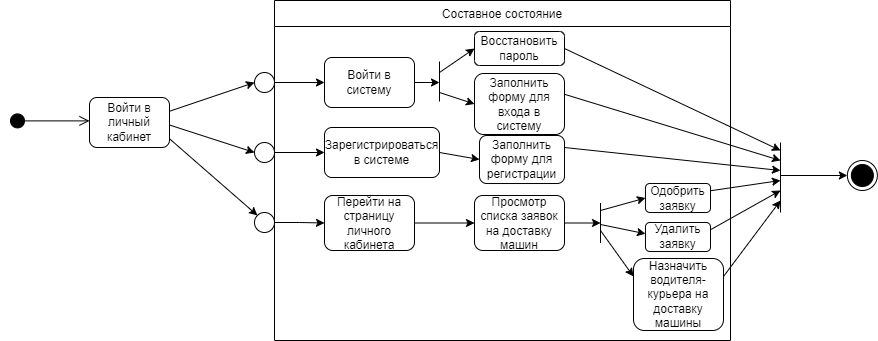
The draw.io diagram Diagrams/Диаграмма состояний (Statechart diagram)/Statechart diagram-Администратор.drawio.png in plnppt/Programming-technologies-project, before a commit. Source tidied: cells renumbered, new cells last; positions are measured from the earlier drawing's top-left corner, leaving out a move shared by most shapes.
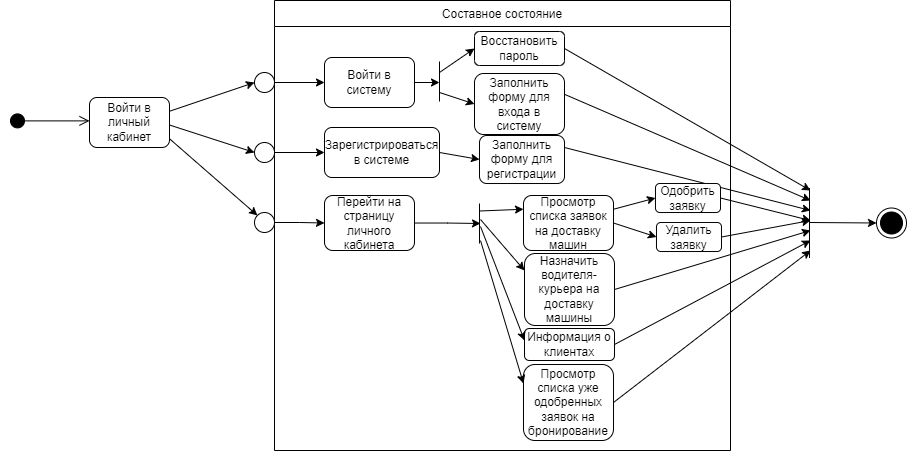
Above is the later version.

The edit, as a diff of the source:
```diff
@@ -12,7 +12,7 @@
       <mxGeometry x="80" y="97" width="80" height="50" as="geometry" />
     </mxCell>
     <mxCell id="4" value="Составное состояние" style="swimlane;fontStyle=0;horizontal=1;startSize=26;fillColor=none;" parent="1" vertex="1">
-      <mxGeometry x="265" width="456" height="340" as="geometry" />
+      <mxGeometry x="265" width="456" height="450" as="geometry" />
     </mxCell>
     <mxCell id="5" style="endArrow=none;html=1;rounded=0;" parent="4" edge="1">
       <mxGeometry relative="1" as="geometry">
@@ -32,8 +32,10 @@
     <mxCell id="8" value="Зарегистрироваться в системе" style="rounded=1;whiteSpace=wrap;html=1;" parent="1" vertex="1">
       <mxGeometry x="315" y="127" width="115" height="50" as="geometry" />
     </mxCell>
-    <mxCell id="9" style="edgeStyle=orthogonalEdgeStyle;rounded=0;jettySize=auto;html=1;entryX=0;entryY=0.5;entryDx=0;entryDy=0;" parent="1" edge="1" source="10" target="34">
-      <mxGeometry relative="1" as="geometry" />
+    <mxCell id="9" style="edgeStyle=orthogonalEdgeStyle;rounded=0;jettySize=auto;html=1;" parent="1" edge="1" source="10">
+      <mxGeometry relative="1" as="geometry">
+        <mxPoint x="471" y="223" as="targetPoint" />
+      </mxGeometry>
     </mxCell>
     <mxCell id="10" value="Перейти на страницу личного кабинета" style="rounded=1;whiteSpace=wrap;html=1;" parent="1" vertex="1">
       <mxGeometry x="315" y="195" width="90" height="55" as="geometry" />
@@ -73,18 +75,17 @@
     </mxCell>
     <mxCell id="20" style="endArrow=none;html=1;rounded=0;" parent="1" edge="1">
       <mxGeometry relative="1" as="geometry">
-        <mxPoint x="771" y="212" as="sourcePoint" />
-        <mxPoint x="771" y="142" as="targetPoint" />
+        <mxPoint x="800" y="257.5" as="sourcePoint" />
+        <mxPoint x="800" y="187.5" as="targetPoint" />
       </mxGeometry>
     </mxCell>
-    <mxCell id="21" style="endArrow=classic;html=1;rounded=0;" parent="1" edge="1">
+    <mxCell id="21" style="endArrow=classic;html=1;rounded=0;entryX=0;entryY=0.5;entryDx=0;entryDy=0;" parent="1" edge="1" target="22">
       <mxGeometry relative="1" as="geometry">
-        <mxPoint x="771" y="175" as="sourcePoint" />
-        <mxPoint x="837.9" y="175" as="targetPoint" />
+        <mxPoint x="800.1" y="222" as="sourcePoint" />
       </mxGeometry>
     </mxCell>
     <mxCell id="22" style="ellipse;html=1;shape=endState;fillColor=#000000;strokeColor=#000000;" parent="1" vertex="1">
-      <mxGeometry x="837.9" y="160" width="30" height="30" as="geometry" />
+      <mxGeometry x="867" y="207.5" width="30" height="30" as="geometry" />
     </mxCell>
     <mxCell id="23" value="Заполнить форму для входа в систему" style="rounded=1;whiteSpace=wrap;html=1;" parent="1" vertex="1">
       <mxGeometry x="465" y="73" width="90" height="61" as="geometry" />
@@ -115,17 +116,17 @@
     </mxCell>
     <mxCell id="30" style="endArrow=classic;html=1;rounded=0;exitX=1;exitY=0.5;exitDx=0;exitDy=0;" parent="1" edge="1" source="24">
       <mxGeometry relative="1" as="geometry">
-        <mxPoint x="771" y="150" as="targetPoint" />
+        <mxPoint x="801" y="190" as="targetPoint" />
       </mxGeometry>
     </mxCell>
     <mxCell id="31" style="endArrow=classic;html=1;rounded=0;exitX=0.997;exitY=0.339;exitDx=0;exitDy=0;exitPerimeter=0;" parent="1" edge="1" source="23">
       <mxGeometry relative="1" as="geometry">
-        <mxPoint x="771" y="160" as="targetPoint" />
+        <mxPoint x="801" y="200" as="targetPoint" />
       </mxGeometry>
     </mxCell>
     <mxCell id="32" style="endArrow=classic;html=1;rounded=0;exitX=1;exitY=0.25;exitDx=0;exitDy=0;" parent="1" edge="1" source="28">
       <mxGeometry relative="1" as="geometry">
-        <mxPoint x="771" y="170" as="targetPoint" />
+        <mxPoint x="801" y="210" as="targetPoint" />
       </mxGeometry>
     </mxCell>
     <mxCell id="33" style="edgeStyle=orthogonalEdgeStyle;rounded=0;jettySize=auto;html=1;exitX=1;exitY=0.5;exitDx=0;exitDy=0;" parent="1" edge="1" source="34">
@@ -134,47 +135,81 @@
       </mxGeometry>
     </mxCell>
     <mxCell id="34" value="Просмотр списка заявок на доставку машин" style="rounded=1;whiteSpace=wrap;html=1;" parent="1" vertex="1">
-      <mxGeometry x="465" y="195" width="90" height="55" as="geometry" />
+      <mxGeometry x="514" y="195" width="90" height="55" as="geometry" />
     </mxCell>
     <mxCell id="35" value="Одобрить заявку" style="rounded=1;whiteSpace=wrap;html=1;" parent="1" vertex="1">
-      <mxGeometry x="636" y="183" width="65" height="29" as="geometry" />
+      <mxGeometry x="646" y="183" width="65" height="29" as="geometry" />
     </mxCell>
     <mxCell id="36" value="Удалить заявку" style="rounded=1;whiteSpace=wrap;html=1;" parent="1" vertex="1">
-      <mxGeometry x="636" y="222" width="65" height="29" as="geometry" />
+      <mxGeometry x="647" y="222" width="65" height="29" as="geometry" />
     </mxCell>
-    <mxCell id="37" value="Назначить водителя-курьера на доставку машины" style="rounded=1;whiteSpace=wrap;html=1;" parent="1" vertex="1">
-      <mxGeometry x="624" y="258" width="90" height="72" as="geometry" />
-    </mxCell>
-    <mxCell id="38" style="endArrow=classic;html=1;rounded=0;entryX=0;entryY=0.5;entryDx=0;entryDy=0;" parent="1" edge="1" target="35">
-      <mxGeometry relative="1" as="geometry">
-        <mxPoint x="591" y="210" as="sourcePoint" />
-      </mxGeometry>
+    <mxCell id="38" style="endArrow=classic;html=1;rounded=0;entryX=0;entryY=0.5;entryDx=0;entryDy=0;exitX=1;exitY=0.25;exitDx=0;exitDy=0;" parent="1" edge="1" source="34" target="35">
+      <mxGeometry relative="1" as="geometry" />
     </mxCell>
-    <mxCell id="39" style="endArrow=classic;html=1;rounded=0;entryX=0;entryY=0.25;entryDx=0;entryDy=0;" parent="1" edge="1">
-      <mxGeometry relative="1" as="geometry">
-        <mxPoint x="591" y="224" as="sourcePoint" />
-        <mxPoint x="636" y="233.2" as="targetPoint" />
-      </mxGeometry>
+    <mxCell id="39" style="endArrow=classic;html=1;rounded=0;entryX=0;entryY=0.5;entryDx=0;entryDy=0;exitX=1;exitY=0.5;exitDx=0;exitDy=0;" parent="1" edge="1" source="34" target="36">
+      <mxGeometry relative="1" as="geometry" />
     </mxCell>
-    <mxCell id="40" style="endArrow=classic;html=1;rounded=0;entryX=0;entryY=0.25;entryDx=0;entryDy=0;" parent="1" edge="1" target="37">
-      <mxGeometry relative="1" as="geometry">
-        <mxPoint x="591" y="230" as="sourcePoint" />
-      </mxGeometry>
-    </mxCell>
-    <mxCell id="41" style="endArrow=classic;html=1;rounded=0;exitX=1;exitY=0.25;exitDx=0;exitDy=0;" parent="1" edge="1" source="35">
-      <mxGeometry relative="1" as="geometry">
-        <mxPoint x="771" y="180" as="targetPoint" />
-      </mxGeometry>
-    </mxCell>
-    <mxCell id="42" style="endArrow=classic;html=1;rounded=0;exitX=1;exitY=0.25;exitDx=0;exitDy=0;" parent="1" edge="1" source="36">
-      <mxGeometry relative="1" as="geometry">
-        <mxPoint x="771" y="190" as="targetPoint" />
-      </mxGeometry>
-    </mxCell>
-    <mxCell id="43" style="endArrow=classic;html=1;rounded=0;exitX=1;exitY=0.25;exitDx=0;exitDy=0;" parent="1" edge="1" source="37">
-      <mxGeometry relative="1" as="geometry">
-        <mxPoint x="771" y="200" as="targetPoint" />
-      </mxGeometry>
-    </mxCell>
+    <mxCell id="37" value="Назначить водителя-курьера на доставку машины" style="rounded=1;whiteSpace=wrap;html=1;" parent="1" vertex="1">
+      <mxGeometry x="515" y="253" width="90" height="72" as="geometry" />
+    </mxCell>
+    <mxCell id="44" style="endArrow=none;html=1;rounded=0;" parent="1" edge="1">
+      <mxGeometry relative="1" as="geometry">
+        <mxPoint x="470" y="243" as="sourcePoint" />
+        <mxPoint x="470" y="203" as="targetPoint" />
+      </mxGeometry>
+    </mxCell>
+    <mxCell id="45" style="endArrow=classic;html=1;rounded=0;entryX=0;entryY=0.25;entryDx=0;entryDy=0;" parent="1" edge="1" target="34">
+      <mxGeometry relative="1" as="geometry">
+        <mxPoint x="470" y="210.5" as="sourcePoint" />
+      </mxGeometry>
+    </mxCell>
+    <mxCell id="46" style="endArrow=classic;html=1;rounded=0;entryX=0;entryY=0.25;entryDx=0;entryDy=0;" parent="1" edge="1">
+      <mxGeometry relative="1" as="geometry">
+        <mxPoint x="471" y="219" as="sourcePoint" />
+        <mxPoint x="515" y="270" as="targetPoint" />
+      </mxGeometry>
+    </mxCell>
+    <mxCell id="47" value="Информация о клиентах" style="rounded=1;whiteSpace=wrap;html=1;" parent="1" vertex="1">
+      <mxGeometry x="515" y="328" width="90" height="32" as="geometry" />
+    </mxCell>
+    <mxCell id="48" style="endArrow=classic;html=1;rounded=0;entryX=0;entryY=0.5;entryDx=0;entryDy=0;" parent="1" edge="1">
+      <mxGeometry relative="1" as="geometry">
+        <mxPoint x="471" y="226" as="sourcePoint" />
+        <mxPoint x="515" y="340" as="targetPoint" />
+      </mxGeometry>
+    </mxCell>
+    <mxCell id="49" value="Просмотр списка уже одобренных заявок на бронирование" style="rounded=1;whiteSpace=wrap;html=1;" parent="1" vertex="1">
+      <mxGeometry x="514" y="364" width="90" height="76" as="geometry" />
+    </mxCell>
+    <mxCell id="50" style="endArrow=classic;html=1;rounded=0;entryX=0;entryY=0.25;entryDx=0;entryDy=0;" parent="1" edge="1" target="49">
+      <mxGeometry relative="1" as="geometry">
+        <mxPoint x="471" y="240" as="sourcePoint" />
+      </mxGeometry>
+    </mxCell>
+    <mxCell id="51" style="endArrow=classic;html=1;rounded=0;exitX=1;exitY=0.5;exitDx=0;exitDy=0;" parent="1" edge="1" source="35">
+      <mxGeometry relative="1" as="geometry">
+        <mxPoint x="801" y="220" as="targetPoint" />
+      </mxGeometry>
+    </mxCell>
+    <mxCell id="52" style="endArrow=classic;html=1;rounded=0;exitX=1;exitY=0.5;exitDx=0;exitDy=0;" parent="1" edge="1" source="36">
+      <mxGeometry relative="1" as="geometry">
+        <mxPoint x="801" y="220" as="targetPoint" />
+      </mxGeometry>
+    </mxCell>
+    <mxCell id="53" style="endArrow=classic;html=1;rounded=0;exitX=1;exitY=0.5;exitDx=0;exitDy=0;" parent="1" edge="1" source="37">
+      <mxGeometry relative="1" as="geometry">
+        <mxPoint x="801" y="230" as="targetPoint" />
+      </mxGeometry>
+    </mxCell>
+    <mxCell id="54" style="endArrow=classic;html=1;rounded=0;exitX=1;exitY=0.5;exitDx=0;exitDy=0;" parent="1" edge="1" source="47">
+      <mxGeometry relative="1" as="geometry">
+        <mxPoint x="801" y="240" as="targetPoint" />
+      </mxGeometry>
+    </mxCell>
+    <mxCell id="55" style="endArrow=classic;html=1;rounded=0;exitX=1;exitY=0.5;exitDx=0;exitDy=0;" parent="1" edge="1" source="49">
+      <mxGeometry relative="1" as="geometry">
+        <mxPoint x="801" y="250" as="targetPoint" />
+      </mxGeometry>
+    </mxCell>
   </root>
 </mxGraphModel>
```
